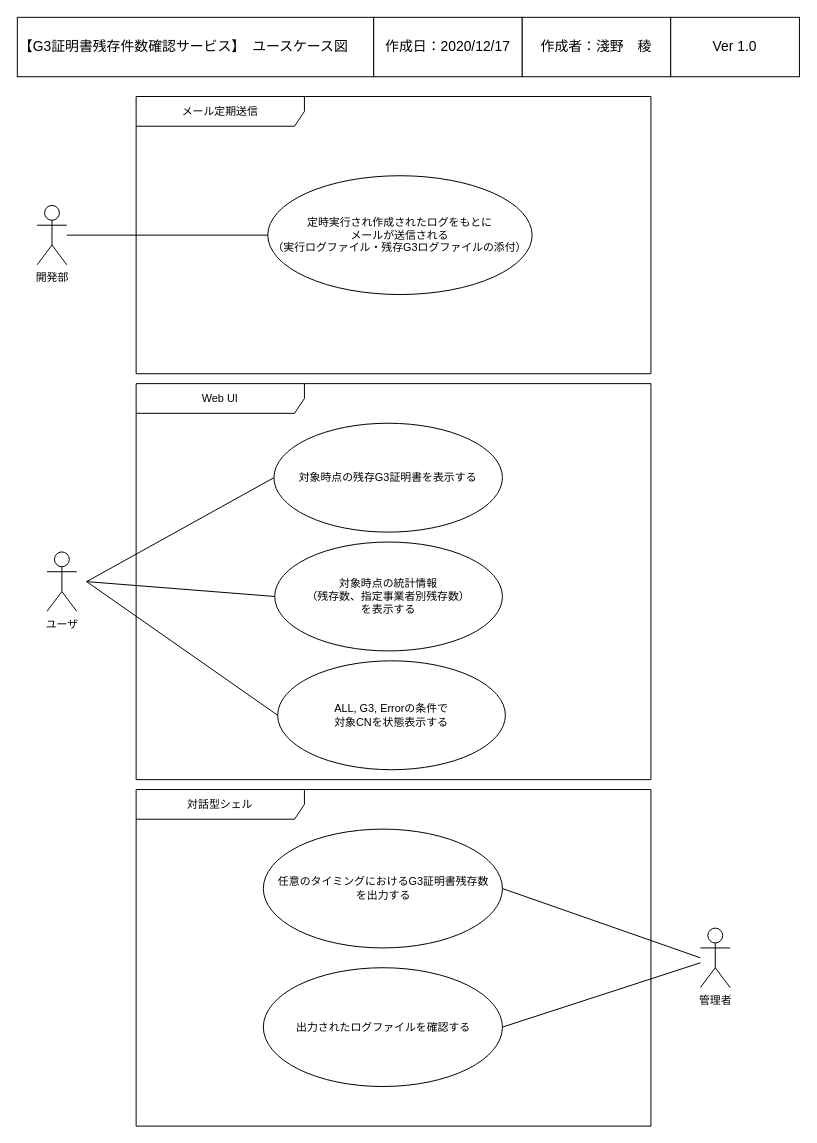
Above: page "ユースケース図" (4 of 6) of UMLDiagram.drawio in r-asano/kaihatsubuKenshu (draw.io), before the change. Source tidied: cells renumbered, new cells numbered last; positions are measured from the earlier drawing's top-left corner, leaving out a move shared by most shapes. Both pictures are drawn from the tidied source at 99%, with x=0, y=0 at pixel (17, 17).
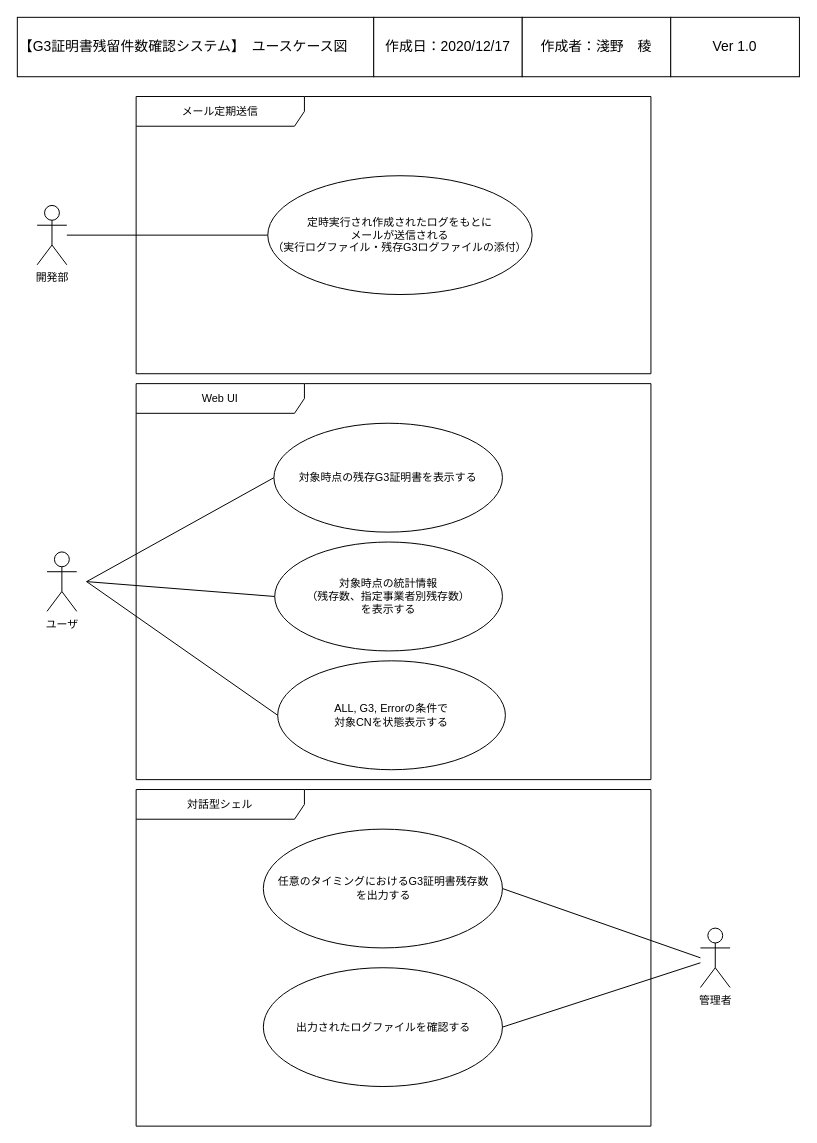
After the change.

Change to the diagram source:
```diff
@@
-    <mxCell id="17" value="&lt;div style=&quot;font-size: 14px&quot; align=&quot;left&quot;&gt;&lt;font style=&quot;font-size: 14px&quot;&gt;【G3証明書残存件数確認サービス】　ユースケース図&lt;/font&gt;&lt;/div&gt;" style="rounded=0;whiteSpace=wrap;html=1;align=left;fontSize=14;" parent="1" vertex="1">
+    <mxCell id="17" value="&lt;div style=&quot;font-size: 14px&quot; align=&quot;left&quot;&gt;&lt;font style=&quot;font-size: 14px&quot;&gt;【G3証明書残留件数確認システム】　ユースケース図&lt;/font&gt;&lt;/div&gt;" style="rounded=0;whiteSpace=wrap;html=1;align=left;fontSize=14;" parent="1" vertex="1">
       <mxGeometry width="360" height="60" as="geometry" />
     </mxCell>
```
